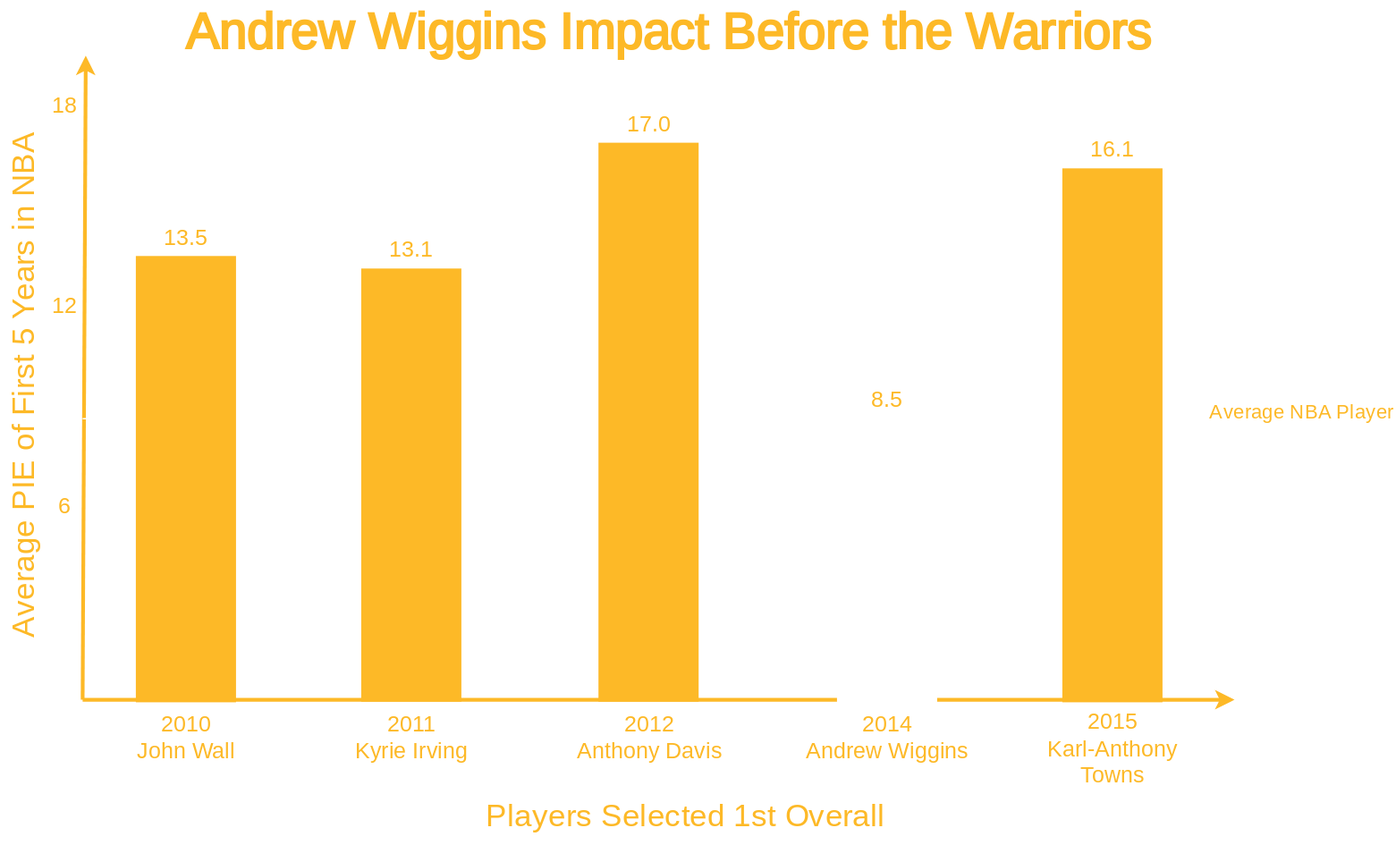
Above: imgs/WigginsTable2.svg in Hotrod1220/Warriors-2022 (draw.io), before the change. Source tidied: cells renumbered, new cells last; positions are measured from the earlier drawing's top-left corner, leaving out a move shared by most shapes.
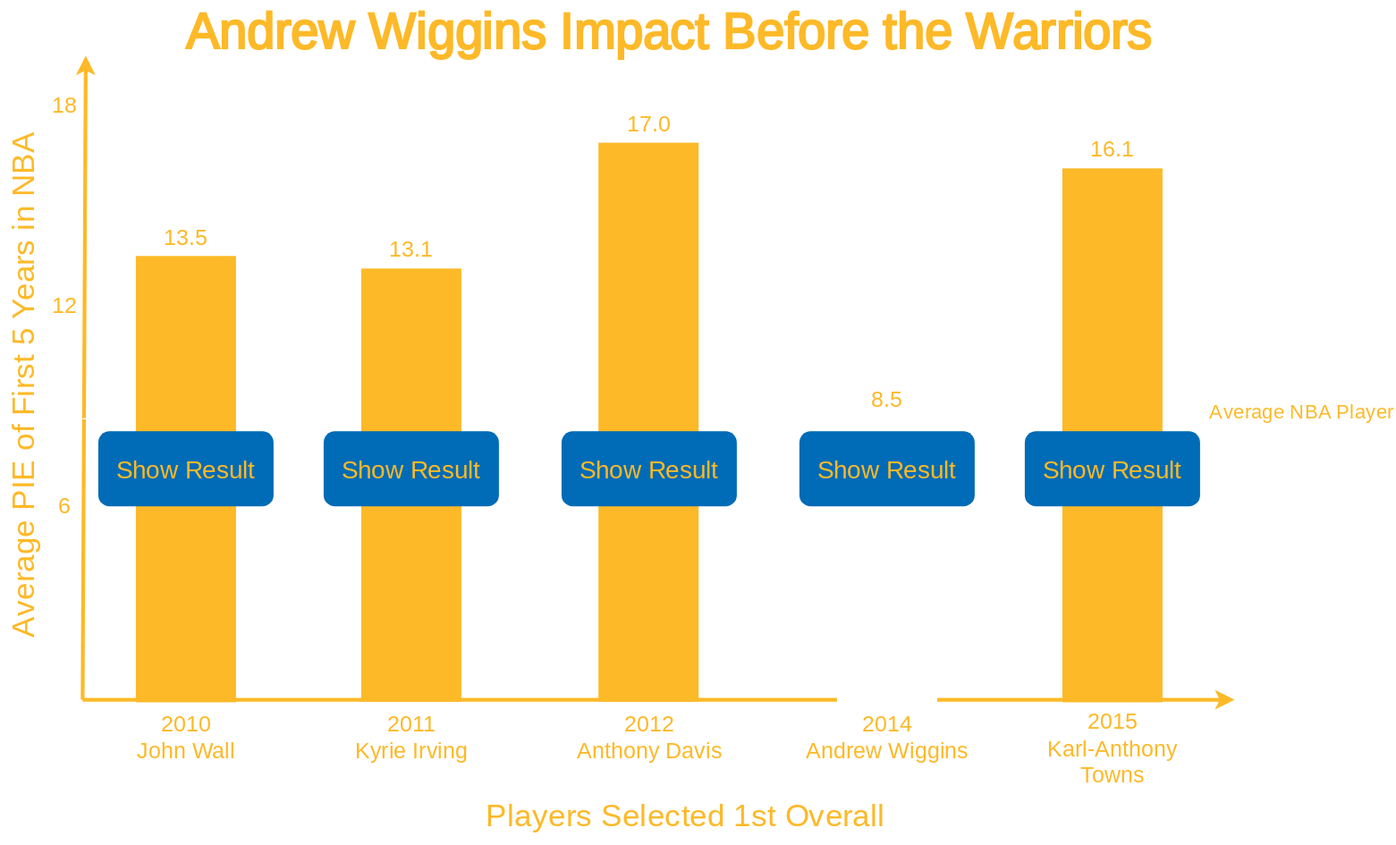
The same file after the commit.

The edit, as a diff of the source:
```diff
@@ -84,5 +84,20 @@
     <mxCell id="25" value="16.1" style="text;spacingTop=-5;align=center;verticalAlign=middle;fontStyle=0;html=1;fontSize=18;fontFamily=Roboto Slab;fontSource=https%3A%2F%2Ffonts.googleapis.com%2Fcss%3Ffamily%3DRoboto%2BSlab;strokeColor=none;fontColor=#fdb927;labelBackgroundColor=none;" parent="1" vertex="1">
       <mxGeometry x="1065" y="105.5" width="30" height="24.5" as="geometry" />
     </mxCell>
+    <mxCell id="26" value="&lt;font style=&quot;font-size: 20px;&quot; face=&quot;Roboto Slab&quot; color=&quot;#fdb927&quot;&gt;Show Result&lt;/font&gt;" style="rounded=1;whiteSpace=wrap;html=1;strokeColor=none;fillColor=#006BB6;" parent="1" vertex="1">
+      <mxGeometry x="270" y="340" width="140" height="60" as="geometry" />
+    </mxCell>
+    <mxCell id="27" value="&lt;font style=&quot;font-size: 20px;&quot; face=&quot;Roboto Slab&quot; color=&quot;#fdb927&quot;&gt;Show Result&lt;/font&gt;" style="rounded=1;whiteSpace=wrap;html=1;strokeColor=none;fillColor=#006BB6;" parent="1" vertex="1">
+      <mxGeometry x="450" y="340" width="140" height="60" as="geometry" />
+    </mxCell>
+    <mxCell id="28" value="&lt;font style=&quot;font-size: 20px;&quot; face=&quot;Roboto Slab&quot; color=&quot;#fdb927&quot;&gt;Show Result&lt;/font&gt;" style="rounded=1;whiteSpace=wrap;html=1;strokeColor=none;fillColor=#006BB6;" parent="1" vertex="1">
+      <mxGeometry x="640" y="340" width="140" height="60" as="geometry" />
+    </mxCell>
+    <mxCell id="29" value="&lt;font style=&quot;font-size: 20px;&quot; face=&quot;Roboto Slab&quot; color=&quot;#fdb927&quot;&gt;Show Result&lt;/font&gt;" style="rounded=1;whiteSpace=wrap;html=1;strokeColor=none;fillColor=#006BB6;" parent="1" vertex="1">
+      <mxGeometry x="830" y="340" width="140" height="60" as="geometry" />
+    </mxCell>
+    <mxCell id="30" value="&lt;font style=&quot;font-size: 20px;&quot; face=&quot;Roboto Slab&quot; color=&quot;#fdb927&quot;&gt;Show Result&lt;/font&gt;" style="rounded=1;whiteSpace=wrap;html=1;strokeColor=none;fillColor=#006BB6;" parent="1" vertex="1">
+      <mxGeometry x="1010" y="340" width="140" height="60" as="geometry" />
+    </mxCell>
   </root>
 </mxGraphModel>
```
